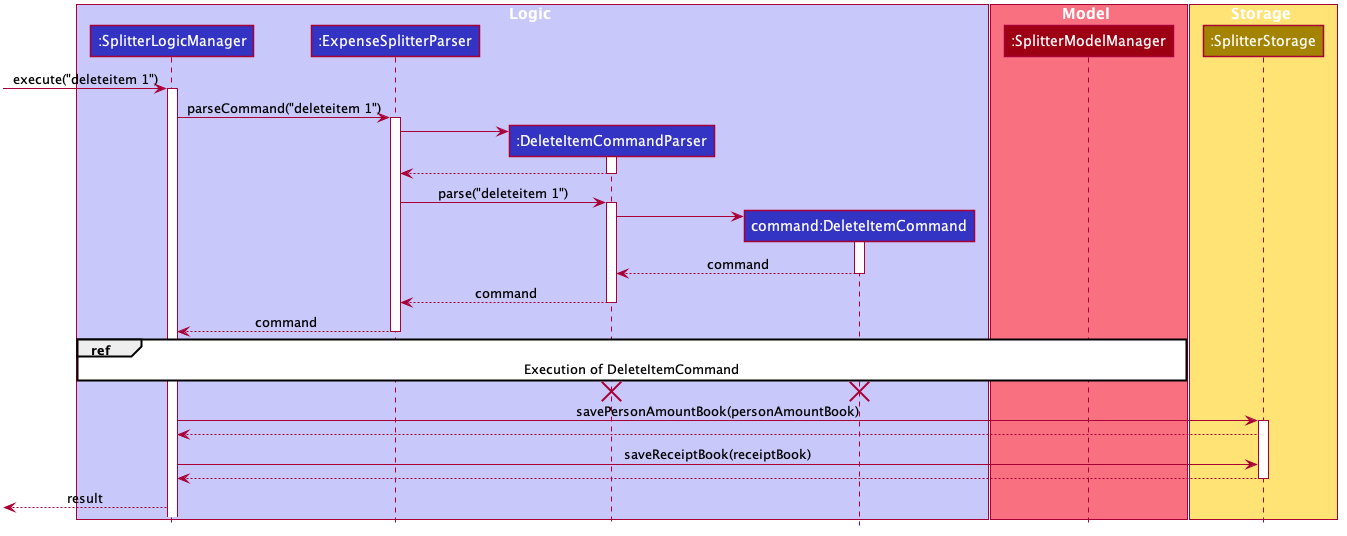
The PlantUML diagram images/ExpenseSplitterDeleteItemCommandSequenceDiagram.png in AY1920S2-CS2103T-W13-1/main, before a commit.
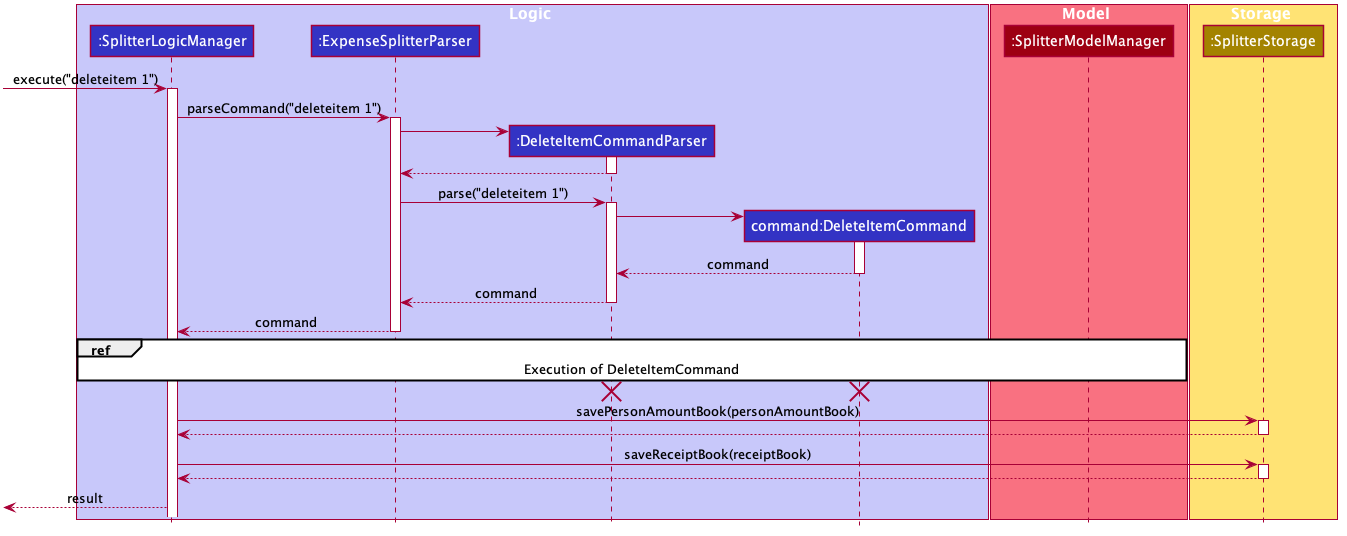
After the commit.

The edit, as a diff of the source:
```diff
@@ -102,8 +102,9 @@
 activate SplitterStorageManager
 
 SplitterStorageManager --> SplitterLogicManager
-
+deactivate SplitterStorageManager
 SplitterLogicManager -> SplitterStorageManager : saveReceiptBook(receiptBook)
+activate SplitterStorageManager
 SplitterStorageManager --> SplitterLogicManager
 deactivate SplitterStorageManager
 
```
